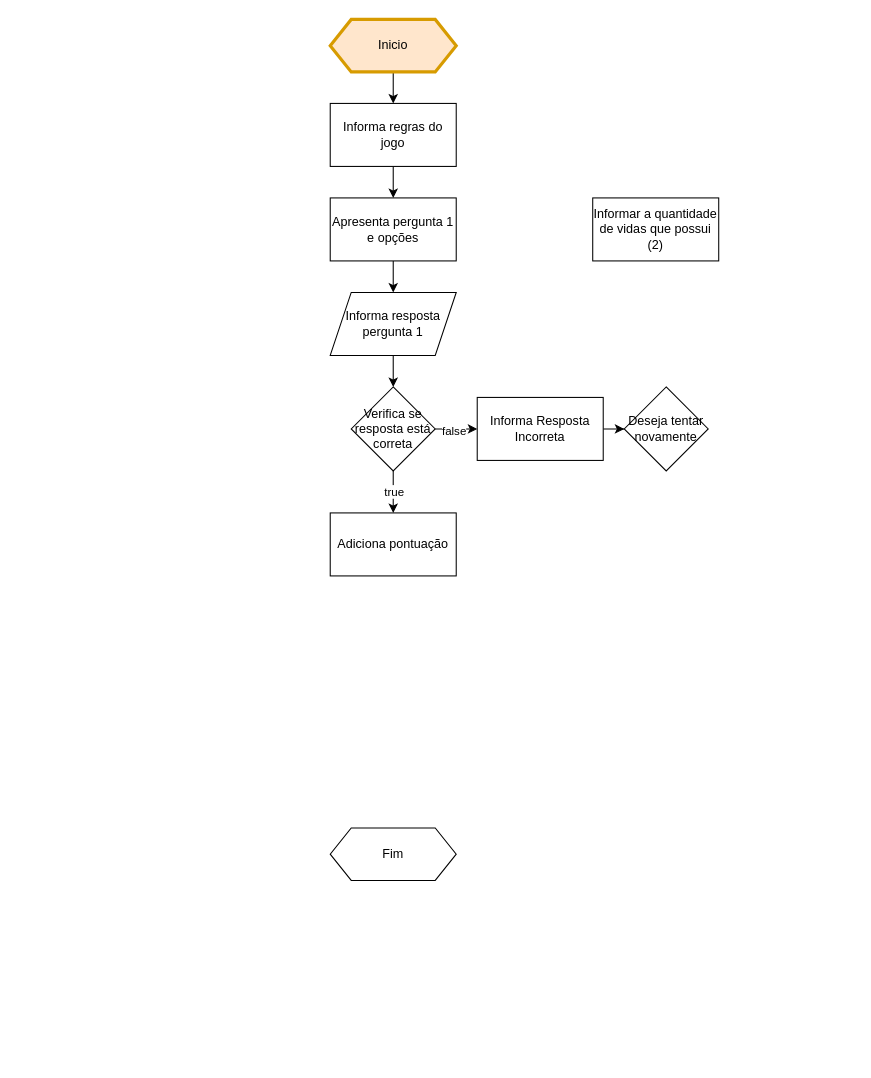
Earlier version of the draw.io diagram ABPJ2.drawio (danrley0595/ABPJ2-JOGO_LOGICO). Source tidied: cells renumbered, new cells numbered last; positions are measured from the earlier drawing's top-left corner, leaving out a move shared by most shapes. Both pictures are drawn from the tidied source at 105%, with x=0, y=0 at pixel (330, 19).
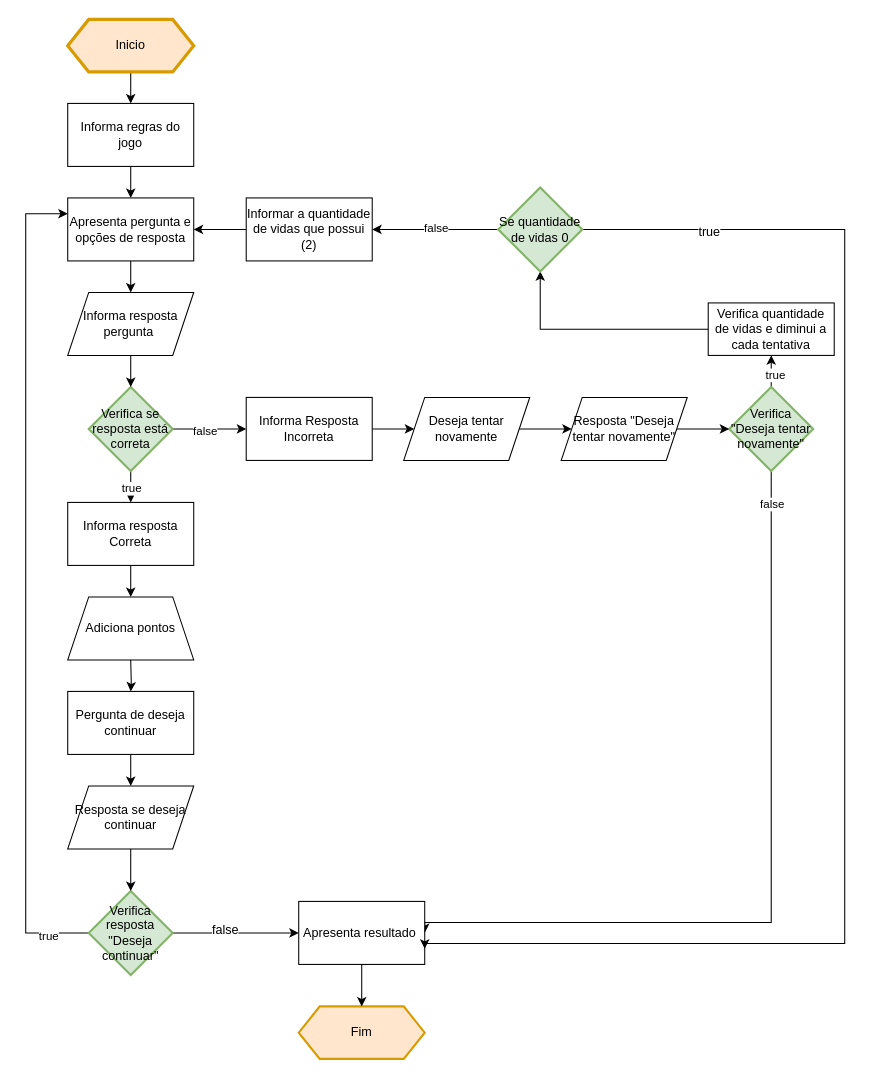
Above is the later version.

What changed in the source:
```diff
@@
     <mxCell id="3" value="Inicio" style="shape=hexagon;perimeter=hexagonPerimeter2;whiteSpace=wrap;html=1;fixedSize=1;fillColor=#ffe6cc;strokeColor=#d79b00;strokeWidth=3;" parent="1" vertex="1">
-      <mxGeometry width="120" height="50" as="geometry" />
+      <mxGeometry x="-250" width="120" height="50" as="geometry" />
     </mxCell>
@@
-    <mxCell id="8" value="Verifica se resposta está correta" style="rhombus;whiteSpace=wrap;html=1;" parent="1" vertex="1">
-      <mxGeometry x="20" y="350" width="80" height="80" as="geometry" />
+    <mxCell id="8" value="Verifica se resposta está correta" style="rhombus;whiteSpace=wrap;html=1;strokeWidth=2;fillColor=#d5e8d4;strokeColor=#82b366;" parent="1" vertex="1">
+      <mxGeometry x="-230" y="350" width="80" height="80" as="geometry" />
     </mxCell>
+    <mxCell id="21" style="edgeStyle=orthogonalEdgeStyle;rounded=0;jettySize=auto;html=1;" parent="1" edge="1" source="9">
+      <mxGeometry relative="1" as="geometry">
+        <mxPoint x="-190" y="550" as="targetPoint" />
+      </mxGeometry>
+    </mxCell>
-    <mxCell id="9" value="Adiciona pontuação" style="rounded=0;whiteSpace=wrap;html=1;" parent="1" vertex="1">
-      <mxGeometry y="470" width="120" height="60" as="geometry" />
+    <mxCell id="9" value="Informa resposta Correta" style="rounded=0;whiteSpace=wrap;html=1;" parent="1" vertex="1">
+      <mxGeometry x="-250" y="460" width="120" height="60" as="geometry" />
     </mxCell>
-    <mxCell id="10" style="edgeStyle=orthogonalEdgeStyle;rounded=0;jettySize=auto;html=1;" parent="1" edge="1" source="11" target="12">
-      <mxGeometry relative="1" as="geometry" />
-    </mxCell>
+    <mxCell id="22" style="edgeStyle=orthogonalEdgeStyle;rounded=0;jettySize=auto;html=1;" parent="1" edge="1" source="11" target="48">
+      <mxGeometry relative="1" as="geometry" />
+    </mxCell>
     <mxCell id="11" value="Informa Resposta Incorreta" style="whiteSpace=wrap;html=1;" parent="1" vertex="1">
-      <mxGeometry x="140" y="360" width="120" height="60" as="geometry" />
+      <mxGeometry x="-80" y="360" width="120" height="60" as="geometry" />
     </mxCell>
+    <mxCell id="23" style="edgeStyle=orthogonalEdgeStyle;rounded=0;jettySize=auto;html=1;" parent="1" edge="1" source="12" target="29">
+      <mxGeometry relative="1" as="geometry" />
+    </mxCell>
+    <mxCell id="24" value="true" style="edgeLabel;html=1;align=center;verticalAlign=middle;" parent="23" vertex="1">
+      <mxGeometry x="0.28" y="-3" relative="1" as="geometry" />
+    </mxCell>
+    <mxCell id="25" style="edgeStyle=orthogonalEdgeStyle;rounded=0;jettySize=auto;html=1;entryX=1;entryY=0.5;entryDx=0;entryDy=0;" parent="1" edge="1" source="12" target="32">
+      <mxGeometry relative="1" as="geometry">
+        <Array as="points">
+          <mxPoint x="420" y="860" />
+          <mxPoint x="90" y="860" />
+        </Array>
+      </mxGeometry>
+    </mxCell>
+    <mxCell id="26" value="false" style="edgeLabel;html=1;align=center;verticalAlign=middle;" parent="25" vertex="1">
+      <mxGeometry x="-0.92" relative="1" as="geometry" />
+    </mxCell>
-    <mxCell id="12" value="Deseja tentar novamente" style="rhombus;whiteSpace=wrap;html=1;" parent="1" vertex="1">
-      <mxGeometry x="280" y="350" width="80" height="80" as="geometry" />
+    <mxCell id="12" value="Verifica &quot;Deseja tentar novamente&quot;" style="rhombus;whiteSpace=wrap;html=1;fillColor=#d5e8d4;strokeColor=#82b366;strokeWidth=2;" parent="1" vertex="1">
+      <mxGeometry x="380" y="350" width="80" height="80" as="geometry" />
     </mxCell>
-    <mxCell id="13" value="Fim" style="shape=hexagon;perimeter=hexagonPerimeter2;whiteSpace=wrap;html=1;fixedSize=1;" parent="1" vertex="1">
-      <mxGeometry y="770" width="120" height="50" as="geometry" />
+    <mxCell id="13" value="Fim" style="shape=hexagon;perimeter=hexagonPerimeter2;whiteSpace=wrap;html=1;fixedSize=1;fillColor=#ffe6cc;strokeColor=#d79b00;strokeWidth=2;" parent="1" vertex="1">
+      <mxGeometry x="-30" y="940" width="120" height="50" as="geometry" />
     </mxCell>
@@
-    <mxCell id="15" value="Informa resposta pergunta 1" style="shape=parallelogram;perimeter=parallelogramPerimeter;whiteSpace=wrap;html=1;fixedSize=1;" parent="1" vertex="1">
-      <mxGeometry y="260" width="120" height="60" as="geometry" />
+    <mxCell id="15" value="Informa resposta pergunta&amp;nbsp;" style="shape=parallelogram;perimeter=parallelogramPerimeter;whiteSpace=wrap;html=1;fixedSize=1;" parent="1" vertex="1">
+      <mxGeometry x="-250" y="260" width="120" height="60" as="geometry" />
     </mxCell>
@@
     <mxCell id="17" value="Informa regras do jogo" style="rounded=0;whiteSpace=wrap;html=1;" parent="1" vertex="1">
-      <mxGeometry y="80" width="120" height="60" as="geometry" />
+      <mxGeometry x="-250" y="80" width="120" height="60" as="geometry" />
     </mxCell>
@@
-    <mxCell id="19" value="Apresenta pergunta 1 e opções" style="rounded=0;whiteSpace=wrap;html=1;" parent="1" vertex="1">
-      <mxGeometry y="170" width="120" height="60" as="geometry" />
+    <mxCell id="19" value="Apresenta pergunta e opções de resposta" style="rounded=0;whiteSpace=wrap;html=1;" parent="1" vertex="1">
+      <mxGeometry x="-250" y="170" width="120" height="60" as="geometry" />
     </mxCell>
+    <mxCell id="27" style="edgeStyle=orthogonalEdgeStyle;rounded=0;jettySize=auto;html=1;entryX=1;entryY=0.5;entryDx=0;entryDy=0;" parent="1" edge="1" source="20" target="19">
+      <mxGeometry relative="1" as="geometry" />
+    </mxCell>
     <mxCell id="20" value="Informar a quantidade de vidas que possui (2)" style="rounded=0;whiteSpace=wrap;html=1;" parent="1" vertex="1">
-      <mxGeometry x="250" y="170" width="120" height="60" as="geometry" />
+      <mxGeometry x="-80" y="170" width="120" height="60" as="geometry" />
     </mxCell>
+    <mxCell id="28" style="edgeStyle=orthogonalEdgeStyle;rounded=0;jettySize=auto;html=1;" parent="1" edge="1" source="29" target="44">
+      <mxGeometry relative="1" as="geometry" />
+    </mxCell>
+    <mxCell id="29" value="Verifica quantidade de vidas e diminui a cada tentativa" style="rounded=0;whiteSpace=wrap;html=1;" parent="1" vertex="1">
+      <mxGeometry x="360" y="270" width="120" height="50" as="geometry" />
+    </mxCell>
+    <mxCell id="30" style="edgeStyle=orthogonalEdgeStyle;rounded=0;jettySize=auto;html=1;" parent="1" edge="1" target="34">
+      <mxGeometry relative="1" as="geometry">
+        <mxPoint x="-190" y="610" as="sourcePoint" />
+      </mxGeometry>
+    </mxCell>
+    <mxCell id="31" style="edgeStyle=orthogonalEdgeStyle;rounded=0;jettySize=auto;html=1;" parent="1" edge="1" source="32" target="13">
+      <mxGeometry relative="1" as="geometry" />
+    </mxCell>
+    <mxCell id="32" value="Apresenta resultado&amp;nbsp;" style="rounded=0;whiteSpace=wrap;html=1;" parent="1" vertex="1">
+      <mxGeometry x="-30" y="840" width="120" height="60" as="geometry" />
+    </mxCell>
+    <mxCell id="33" style="edgeStyle=orthogonalEdgeStyle;rounded=0;jettySize=auto;html=1;" parent="1" edge="1" source="34" target="46">
+      <mxGeometry relative="1" as="geometry" />
+    </mxCell>
+    <mxCell id="34" value="Pergunta de deseja continuar" style="rounded=0;whiteSpace=wrap;html=1;" parent="1" vertex="1">
+      <mxGeometry x="-250" y="640" width="120" height="60" as="geometry" />
+    </mxCell>
+    <mxCell id="35" style="edgeStyle=orthogonalEdgeStyle;rounded=0;jettySize=auto;html=1;entryX=0;entryY=0.25;entryDx=0;entryDy=0;" parent="1" edge="1" source="39" target="19">
+      <mxGeometry relative="1" as="geometry">
+        <Array as="points">
+          <mxPoint x="-290" y="185" />
+        </Array>
+      </mxGeometry>
+    </mxCell>
+    <mxCell id="36" value="true" style="edgeLabel;html=1;align=center;verticalAlign=middle;" parent="35" vertex="1">
+      <mxGeometry x="-0.9" y="2" relative="1" as="geometry" />
+    </mxCell>
+    <mxCell id="37" style="edgeStyle=orthogonalEdgeStyle;rounded=0;jettySize=auto;html=1;entryX=0;entryY=0.5;entryDx=0;entryDy=0;fontFamily=Helvetica;fontSize=12;fontColor=default;" parent="1" edge="1" source="39" target="32">
+      <mxGeometry relative="1" as="geometry" />
+    </mxCell>
+    <mxCell id="38" value="false" style="edgeLabel;html=1;align=center;verticalAlign=middle;rounded=0;strokeColor=default;fontFamily=Helvetica;fontSize=12;fontColor=default;fillColor=default;" parent="37" vertex="1">
+      <mxGeometry x="-0.18" y="3" relative="1" as="geometry" />
+    </mxCell>
+    <mxCell id="39" value="Verifica resposta &quot;Deseja continuar&quot;" style="rhombus;whiteSpace=wrap;html=1;fillColor=#d5e8d4;strokeColor=#82b366;strokeWidth=2;" parent="1" vertex="1">
+      <mxGeometry x="-230" y="830" width="80" height="80" as="geometry" />
+    </mxCell>
+    <mxCell id="40" style="edgeStyle=orthogonalEdgeStyle;rounded=0;jettySize=auto;html=1;entryX=1;entryY=0.5;entryDx=0;entryDy=0;" parent="1" edge="1" source="44" target="20">
+      <mxGeometry relative="1" as="geometry" />
+    </mxCell>
+    <mxCell id="41" value="false" style="edgeLabel;html=1;align=center;verticalAlign=middle;" parent="40" vertex="1">
+      <mxGeometry y="-2" relative="1" as="geometry" />
+    </mxCell>
+    <mxCell id="42" style="edgeStyle=orthogonalEdgeStyle;rounded=0;jettySize=auto;html=1;entryX=1;entryY=0.75;entryDx=0;entryDy=0;" parent="1" edge="1" source="44" target="32">
+      <mxGeometry relative="1" as="geometry">
+        <Array as="points">
+          <mxPoint x="490" y="200" />
+          <mxPoint x="490" y="880" />
+          <mxPoint x="90" y="880" />
+        </Array>
+      </mxGeometry>
+    </mxCell>
+    <mxCell id="43" value="true" style="edgeLabel;html=1;align=center;verticalAlign=middle;rounded=0;strokeColor=default;fontFamily=Helvetica;fontSize=12;fontColor=default;fillColor=default;" parent="42" vertex="1">
+      <mxGeometry x="-0.82" y="-2" relative="1" as="geometry" />
+    </mxCell>
+    <mxCell id="44" value="Se quantidade de vidas 0" style="rhombus;whiteSpace=wrap;html=1;fillColor=#d5e8d4;strokeColor=#82b366;strokeWidth=2;" parent="1" vertex="1">
+      <mxGeometry x="160" y="160" width="80" height="80" as="geometry" />
+    </mxCell>
+    <mxCell id="45" style="edgeStyle=orthogonalEdgeStyle;rounded=0;jettySize=auto;html=1;" parent="1" edge="1" source="46" target="39">
+      <mxGeometry relative="1" as="geometry">
+        <Array as="points">
+          <mxPoint x="-190" y="910" />
+        </Array>
+      </mxGeometry>
+    </mxCell>
+    <mxCell id="46" value="Resposta se deseja continuar" style="shape=parallelogram;perimeter=parallelogramPerimeter;whiteSpace=wrap;html=1;fixedSize=1;" parent="1" vertex="1">
+      <mxGeometry x="-250" y="730" width="120" height="60" as="geometry" />
+    </mxCell>
+    <mxCell id="47" style="edgeStyle=orthogonalEdgeStyle;rounded=0;jettySize=auto;html=1;" parent="1" edge="1" source="48" target="50">
+      <mxGeometry relative="1" as="geometry" />
+    </mxCell>
+    <mxCell id="48" value="Deseja tentar novamente" style="shape=parallelogram;perimeter=parallelogramPerimeter;whiteSpace=wrap;html=1;fixedSize=1;" parent="1" vertex="1">
+      <mxGeometry x="70" y="360" width="120" height="60" as="geometry" />
+    </mxCell>
+    <mxCell id="49" style="edgeStyle=orthogonalEdgeStyle;rounded=0;jettySize=auto;html=1;" parent="1" edge="1" source="50" target="12">
+      <mxGeometry relative="1" as="geometry" />
+    </mxCell>
+    <mxCell id="50" value="Resposta &quot;Deseja tentar novamente&quot;" style="shape=parallelogram;perimeter=parallelogramPerimeter;whiteSpace=wrap;html=1;fixedSize=1;" parent="1" vertex="1">
+      <mxGeometry x="220" y="360" width="120" height="60" as="geometry" />
+    </mxCell>
+    <mxCell id="51" value="Adiciona pontos" style="shape=trapezoid;perimeter=trapezoidPerimeter;whiteSpace=wrap;html=1;fixedSize=1;rounded=0;strokeColor=default;align=center;verticalAlign=middle;fontFamily=Helvetica;fontSize=12;fontColor=default;fillColor=default;" parent="1" vertex="1">
+      <mxGeometry x="-250" y="550" width="120" height="60" as="geometry" />
+    </mxCell>
```
